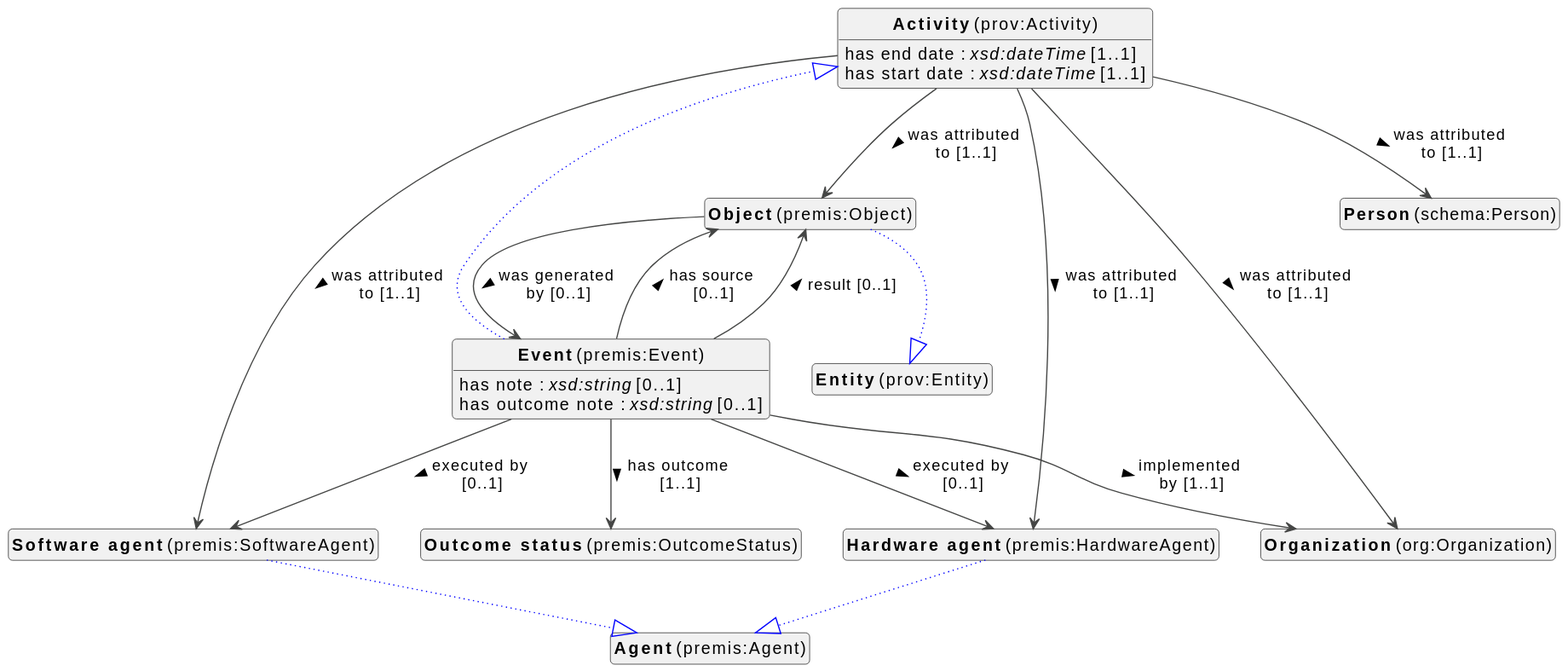
Above: docs/metadata/modellen/0.0.1/events/en/events-diagram.svg in viaacode/documentation-jekyll (PlantUML), before the change.
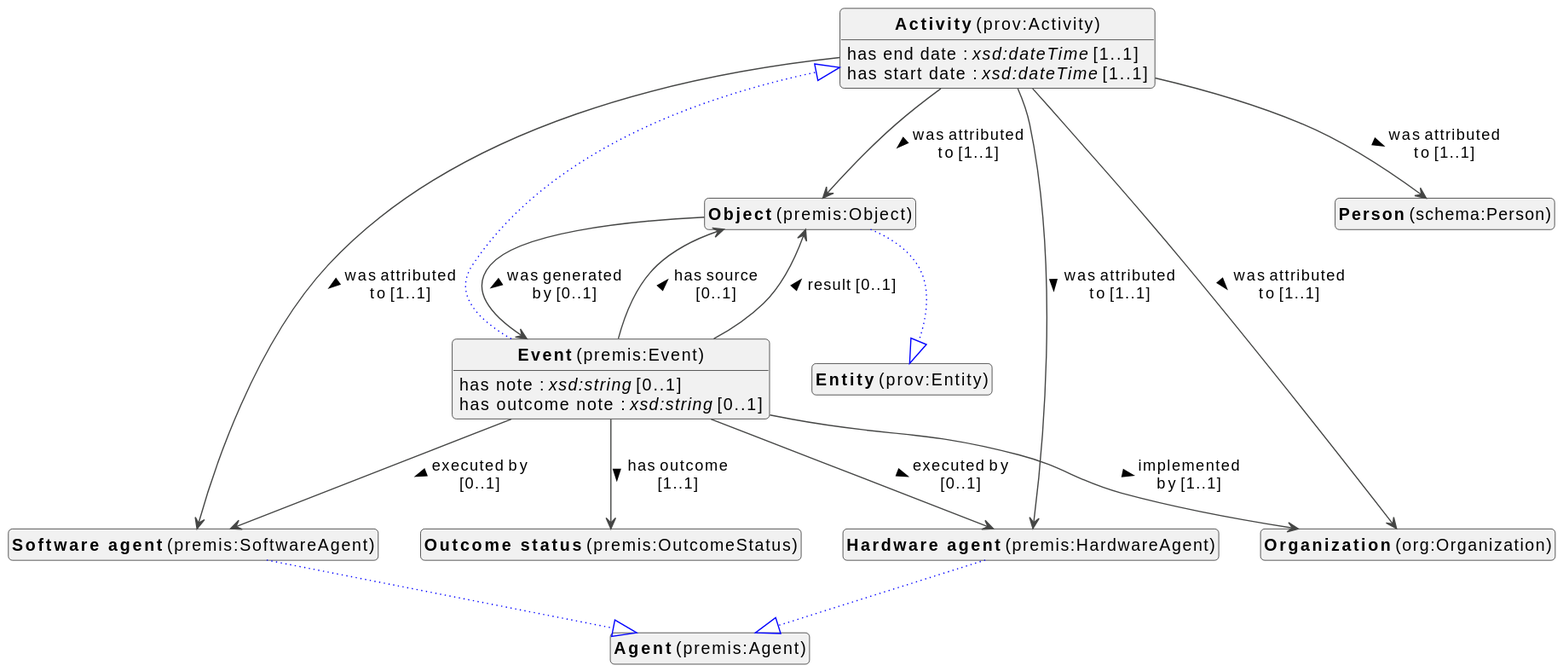
Later version of the same file.

Change to the diagram source:
```diff
@@ -13,8 +13,8 @@
 class "<b>Activity</b> (prov:Activity)" as prov_Activity [[#prov%3AActivity]]
 class "<b>Object</b> (premis:Object)" as premis_Object [[#premis%3AObject]]
 class "<b>Entity</b> (prov:Entity)" as prov_Entity [[#prov%3AEntity]]
+class "<b>Outcome status</b> (premis:OutcomeStatus)" as premis_OutcomeStatus [[#premis%3AOutcomeStatus]]
 class "<b>Person</b> (schema:Person)" as schema_Person [[#schema%3APerson]]
-class "<b>Outcome status</b> (premis:OutcomeStatus)" as premis_OutcomeStatus [[#premis%3AOutcomeStatus]]
 class "<b>Organization</b> (org:Organization)" as org_Organization [[#org%3AOrganization]]
 class "<b>Software agent</b> (premis:SoftwareAgent)" as premis_SoftwareAgent [[#premis%3ASoftwareAgent]]
 class "<b>Agent</b> (premis:Agent)" as premis_Agent [[#premis%3AAgent]]
```
